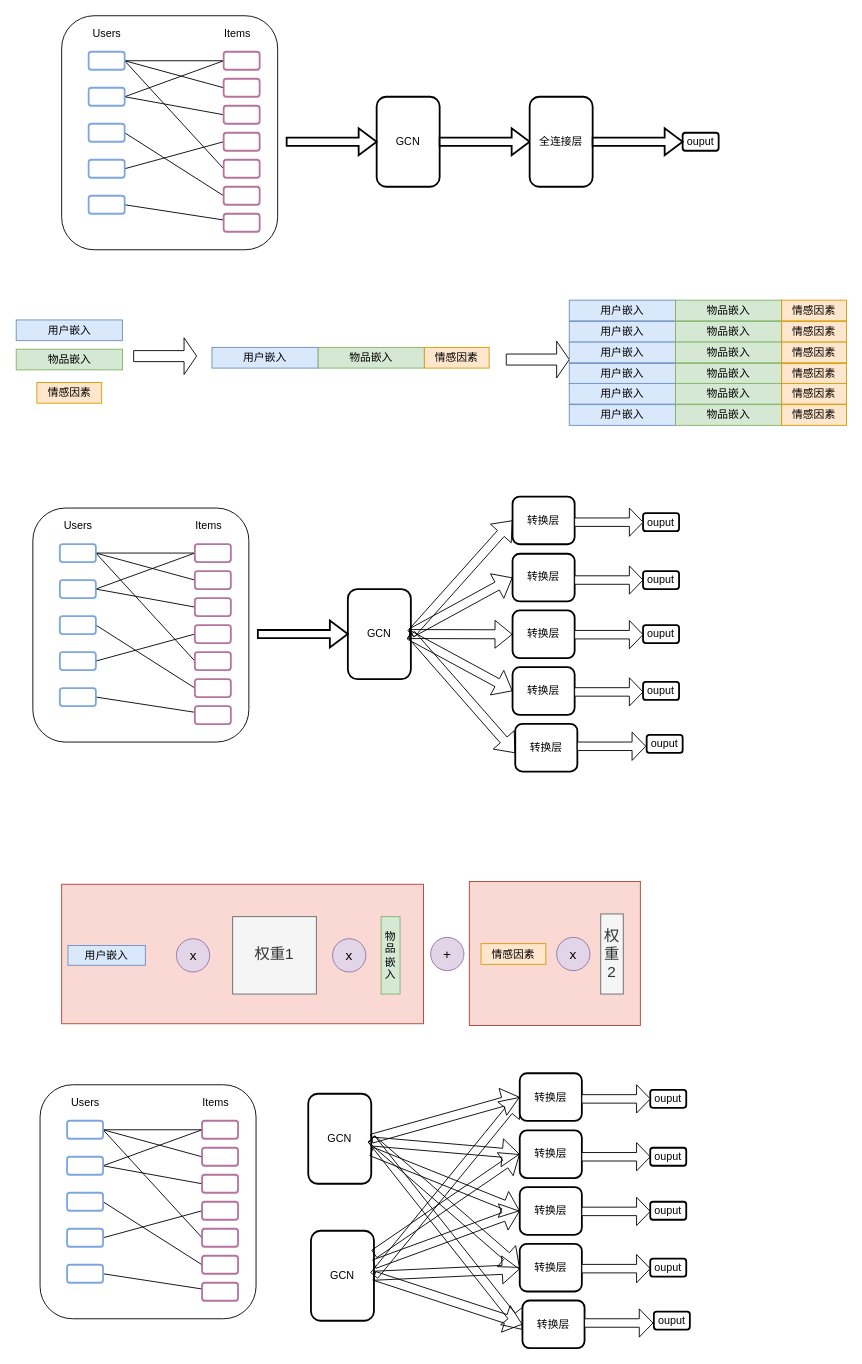
The draw.io diagram GCN.drawio in hqius/draw, before the edit. Source tidied: cells renumbered, new cells numbered last; positions are measured from the earlier drawing's top-left corner, leaving out a move shared by most shapes. Both pictures are drawn from the tidied source at 90%, with x=0, y=0 at pixel (16, 15).
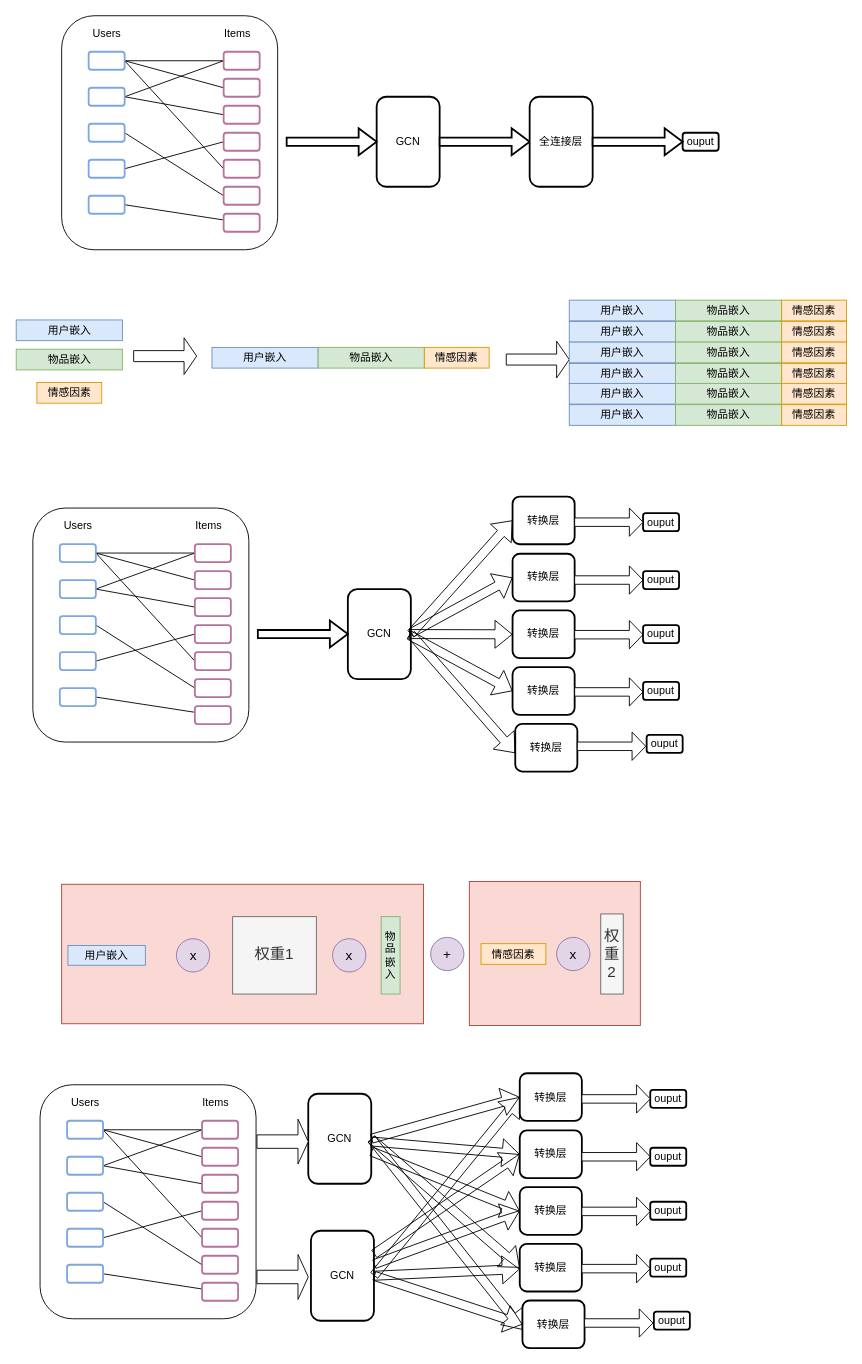
The same page after the edit.

The edit, as a diff of the source:
```diff
@@
+    <mxCell id="164" style="shape=singleArrow;whiteSpace=wrap;html=1;glass=0;" parent="1" vertex="1">
+      <mxGeometry x="267" y="1226" width="57" height="49.9" as="geometry" />
+    </mxCell>
+    <mxCell id="165" style="shape=singleArrow;whiteSpace=wrap;html=1;glass=0;" parent="1" vertex="1">
+      <mxGeometry x="267" y="1376.4" width="57" height="49.9" as="geometry" />
+    </mxCell>
```
